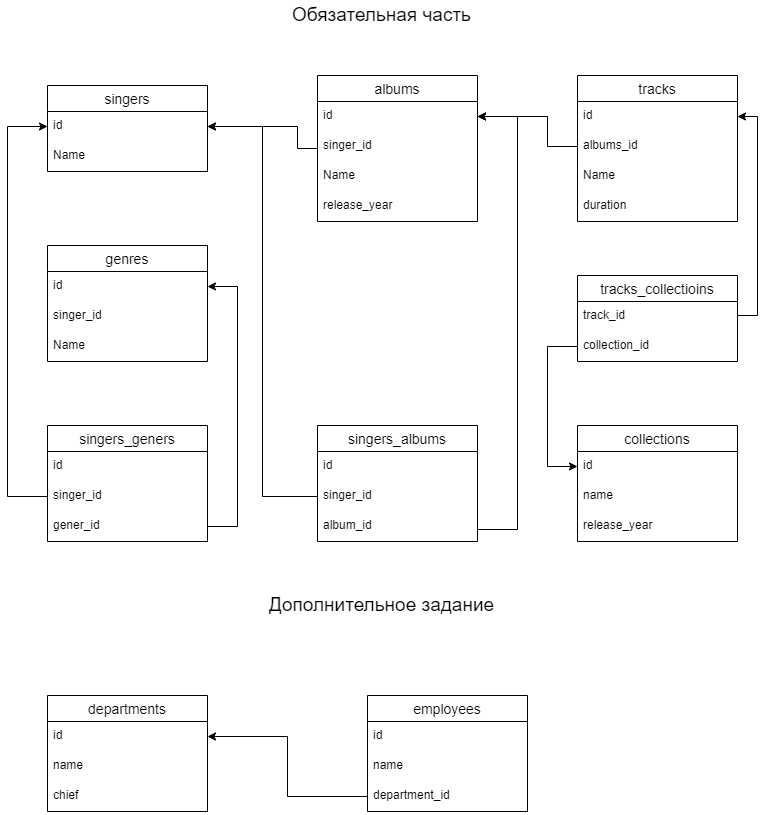
Sergryap/BD_1_Netology keeps this draw.io diagram as Untitled Diagram.drawio.png. Above is the earlier version. Source tidied: cells renumbered, new cells last; positions are measured from the earlier drawing's top-left corner, leaving out a move shared by most shapes. Source of this version:
```xml
<mxGraphModel>
  <root>
    <mxCell id="0" />
    <mxCell id="1" parent="0" />
    <mxCell id="2" value="singers" style="swimlane;fontStyle=0;horizontal=1;startSize=26;align=center;fontSize=14;" parent="1" vertex="1">
      <mxGeometry x="40" y="85" width="160" height="86" as="geometry" />
    </mxCell>
    <mxCell id="3" value="id" style="text;strokeColor=none;fillColor=none;spacingLeft=4;spacingRight=4;overflow=hidden;points=[[0,0.5],[1,0.5]];portConstraint=eastwest;fontSize=12;" parent="2" vertex="1">
      <mxGeometry y="26" width="160" height="30" as="geometry" />
    </mxCell>
    <mxCell id="4" value="Name" style="text;strokeColor=none;fillColor=none;spacingLeft=4;spacingRight=4;overflow=hidden;fontSize=12;" parent="2" vertex="1">
      <mxGeometry y="56" width="160" height="30" as="geometry" />
    </mxCell>
    <mxCell id="5" style="edgeStyle=orthogonalEdgeStyle;rounded=0;jettySize=auto;html=1;entryX=1;entryY=0.5;entryDx=0;entryDy=0;" parent="1" edge="1" source="6" target="3">
      <mxGeometry relative="1" as="geometry">
        <Array as="points">
          <mxPoint x="290" y="148" />
          <mxPoint x="290" y="126" />
        </Array>
      </mxGeometry>
    </mxCell>
    <mxCell id="6" value="albums" style="swimlane;fontStyle=0;horizontal=1;startSize=26;align=center;fontSize=14;" parent="1" vertex="1">
      <mxGeometry x="310" y="75" width="160" height="146" as="geometry" />
    </mxCell>
    <mxCell id="7" value="id" style="text;strokeColor=none;fillColor=none;spacingLeft=4;spacingRight=4;overflow=hidden;points=[[0,0.5],[1,0.5]];portConstraint=eastwest;fontSize=12;" parent="6" vertex="1">
      <mxGeometry y="26" width="160" height="30" as="geometry" />
    </mxCell>
    <mxCell id="8" value="singer_id" style="text;strokeColor=none;fillColor=none;spacingLeft=4;spacingRight=4;overflow=hidden;fontSize=12;" parent="6" vertex="1">
      <mxGeometry y="56" width="160" height="30" as="geometry" />
    </mxCell>
    <mxCell id="9" value="Name" style="text;strokeColor=none;fillColor=none;spacingLeft=4;spacingRight=4;overflow=hidden;fontSize=12;" parent="6" vertex="1">
      <mxGeometry y="86" width="160" height="30" as="geometry" />
    </mxCell>
    <mxCell id="10" value="release_year" style="text;strokeColor=none;fillColor=none;spacingLeft=4;spacingRight=4;overflow=hidden;fontSize=12;" parent="6" vertex="1">
      <mxGeometry y="116" width="160" height="30" as="geometry" />
    </mxCell>
    <mxCell id="11" value="tracks" style="swimlane;fontStyle=0;horizontal=1;startSize=26;align=center;fontSize=14;" parent="1" vertex="1">
      <mxGeometry x="570" y="75" width="160" height="146" as="geometry" />
    </mxCell>
    <mxCell id="12" value="id" style="text;strokeColor=none;fillColor=none;spacingLeft=4;spacingRight=4;overflow=hidden;points=[[0,0.5],[1,0.5]];portConstraint=eastwest;fontSize=12;" parent="11" vertex="1">
      <mxGeometry y="26" width="160" height="30" as="geometry" />
    </mxCell>
    <mxCell id="13" value="albums_id" style="text;strokeColor=none;fillColor=none;spacingLeft=4;spacingRight=4;overflow=hidden;points=[[0,0.5],[1,0.5]];portConstraint=eastwest;fontSize=12;" parent="11" vertex="1">
      <mxGeometry y="56" width="160" height="30" as="geometry" />
    </mxCell>
    <mxCell id="14" value="Name" style="text;strokeColor=none;fillColor=none;spacingLeft=4;spacingRight=4;overflow=hidden;fontSize=12;" parent="11" vertex="1">
      <mxGeometry y="86" width="160" height="30" as="geometry" />
    </mxCell>
    <mxCell id="15" value="duration" style="text;strokeColor=none;fillColor=none;spacingLeft=4;spacingRight=4;overflow=hidden;fontSize=12;" parent="11" vertex="1">
      <mxGeometry y="116" width="160" height="30" as="geometry" />
    </mxCell>
    <mxCell id="16" style="edgeStyle=orthogonalEdgeStyle;rounded=0;jettySize=auto;html=1;entryX=1;entryY=0.5;entryDx=0;entryDy=0;" parent="1" edge="1" source="13" target="7">
      <mxGeometry relative="1" as="geometry">
        <Array as="points">
          <mxPoint x="540" y="146" />
          <mxPoint x="540" y="116" />
        </Array>
      </mxGeometry>
    </mxCell>
    <mxCell id="17" value="genres" style="swimlane;fontStyle=0;horizontal=1;startSize=26;align=center;fontSize=14;" parent="1" vertex="1">
      <mxGeometry x="40" y="245" width="160" height="116" as="geometry" />
    </mxCell>
    <mxCell id="18" value="id" style="text;strokeColor=none;fillColor=none;spacingLeft=4;spacingRight=4;overflow=hidden;points=[[0,0.5],[1,0.5]];portConstraint=eastwest;fontSize=12;" parent="17" vertex="1">
      <mxGeometry y="26" width="160" height="30" as="geometry" />
    </mxCell>
    <mxCell id="19" value="singer_id" style="text;strokeColor=none;fillColor=none;spacingLeft=4;spacingRight=4;overflow=hidden;fontSize=12;" parent="17" vertex="1">
      <mxGeometry y="56" width="160" height="30" as="geometry" />
    </mxCell>
    <mxCell id="20" value="Name" style="text;strokeColor=none;fillColor=none;spacingLeft=4;spacingRight=4;overflow=hidden;fontSize=12;" parent="17" vertex="1">
      <mxGeometry y="86" width="160" height="30" as="geometry" />
    </mxCell>
    <mxCell id="21" value="singers_geners" style="swimlane;fontStyle=0;horizontal=1;startSize=26;align=center;fontSize=14;" parent="1" vertex="1">
      <mxGeometry x="40" y="425" width="160" height="116" as="geometry" />
    </mxCell>
    <mxCell id="22" value="id" style="text;strokeColor=none;fillColor=none;spacingLeft=4;spacingRight=4;overflow=hidden;fontSize=12;" parent="21" vertex="1">
      <mxGeometry y="26" width="160" height="30" as="geometry" />
    </mxCell>
    <mxCell id="23" value="singer_id" style="text;strokeColor=none;fillColor=none;spacingLeft=4;spacingRight=4;overflow=hidden;points=[[0,0.5],[1,0.5]];portConstraint=eastwest;fontSize=12;" parent="21" vertex="1">
      <mxGeometry y="56" width="160" height="30" as="geometry" />
    </mxCell>
    <mxCell id="24" value="gener_id" style="text;strokeColor=none;fillColor=none;spacingLeft=4;spacingRight=4;overflow=hidden;points=[[0,0.5],[1,0.5]];portConstraint=eastwest;fontSize=12;" parent="21" vertex="1">
      <mxGeometry y="86" width="160" height="30" as="geometry" />
    </mxCell>
    <mxCell id="25" style="edgeStyle=orthogonalEdgeStyle;rounded=0;jettySize=auto;html=1;entryX=0;entryY=0.5;entryDx=0;entryDy=0;" parent="1" edge="1" source="23" target="3">
      <mxGeometry relative="1" as="geometry">
        <Array as="points">
          <mxPoint y="496" />
          <mxPoint y="126" />
        </Array>
      </mxGeometry>
    </mxCell>
    <mxCell id="26" style="edgeStyle=orthogonalEdgeStyle;rounded=0;jettySize=auto;html=1;entryX=1;entryY=0.5;entryDx=0;entryDy=0;" parent="1" edge="1" source="24" target="18">
      <mxGeometry relative="1" as="geometry">
        <Array as="points">
          <mxPoint x="230" y="526" />
          <mxPoint x="230" y="286" />
        </Array>
      </mxGeometry>
    </mxCell>
    <mxCell id="27" value="singers_albums" style="swimlane;fontStyle=0;horizontal=1;startSize=26;align=center;fontSize=14;" parent="1" vertex="1">
      <mxGeometry x="310" y="425" width="160" height="116" as="geometry" />
    </mxCell>
    <mxCell id="28" value="id" style="text;strokeColor=none;fillColor=none;spacingLeft=4;spacingRight=4;overflow=hidden;fontSize=12;" parent="27" vertex="1">
      <mxGeometry y="26" width="160" height="30" as="geometry" />
    </mxCell>
    <mxCell id="29" value="singer_id" style="text;strokeColor=none;fillColor=none;spacingLeft=4;spacingRight=4;overflow=hidden;points=[[0,0.5],[1,0.5]];portConstraint=eastwest;fontSize=12;" parent="27" vertex="1">
      <mxGeometry y="56" width="160" height="30" as="geometry" />
    </mxCell>
    <mxCell id="30" value="album_id" style="text;strokeColor=none;fillColor=none;spacingLeft=4;spacingRight=4;overflow=hidden;points=[[0,0.5],[1,0.5]];portConstraint=eastwest;fontSize=12;" parent="27" vertex="1">
      <mxGeometry y="86" width="160" height="30" as="geometry" />
    </mxCell>
    <mxCell id="31" style="edgeStyle=orthogonalEdgeStyle;rounded=0;jettySize=auto;html=1;entryX=1;entryY=0.5;entryDx=0;entryDy=0;" parent="1" edge="1" source="29" target="3">
      <mxGeometry relative="1" as="geometry" />
    </mxCell>
    <mxCell id="32" style="edgeStyle=orthogonalEdgeStyle;rounded=0;jettySize=auto;html=1;entryX=1;entryY=0.5;entryDx=0;entryDy=0;" parent="1" edge="1" source="30" target="7">
      <mxGeometry relative="1" as="geometry">
        <Array as="points">
          <mxPoint x="510" y="529" />
          <mxPoint x="510" y="116" />
        </Array>
      </mxGeometry>
    </mxCell>
    <mxCell id="33" value="collections" style="swimlane;fontStyle=0;horizontal=1;startSize=26;align=center;fontSize=14;" parent="1" vertex="1">
      <mxGeometry x="570" y="425" width="160" height="116" as="geometry" />
    </mxCell>
    <mxCell id="34" value="id" style="text;strokeColor=none;fillColor=none;spacingLeft=4;spacingRight=4;overflow=hidden;points=[[0,0.5],[1,0.5]];portConstraint=eastwest;fontSize=12;" parent="33" vertex="1">
      <mxGeometry y="26" width="160" height="30" as="geometry" />
    </mxCell>
    <mxCell id="35" value="name" style="text;strokeColor=none;fillColor=none;spacingLeft=4;spacingRight=4;overflow=hidden;fontSize=12;" parent="33" vertex="1">
      <mxGeometry y="56" width="160" height="30" as="geometry" />
    </mxCell>
    <mxCell id="36" value="release_year" style="text;strokeColor=none;fillColor=none;spacingLeft=4;spacingRight=4;overflow=hidden;fontSize=12;" parent="33" vertex="1">
      <mxGeometry y="86" width="160" height="30" as="geometry" />
    </mxCell>
    <mxCell id="37" style="edgeStyle=orthogonalEdgeStyle;rounded=0;jettySize=auto;html=1;entryX=1;entryY=0.5;entryDx=0;entryDy=0;" parent="1" edge="1" source="38" target="12">
      <mxGeometry relative="1" as="geometry">
        <Array as="points">
          <mxPoint x="750" y="315" />
          <mxPoint x="750" y="116" />
        </Array>
      </mxGeometry>
    </mxCell>
    <mxCell id="38" value="tracks_collectioins" style="swimlane;fontStyle=0;horizontal=1;startSize=26;align=center;fontSize=14;" parent="1" vertex="1">
      <mxGeometry x="570" y="275" width="160" height="86" as="geometry" />
    </mxCell>
    <mxCell id="39" value="track_id" style="text;strokeColor=none;fillColor=none;spacingLeft=4;spacingRight=4;overflow=hidden;fontSize=12;" parent="38" vertex="1">
      <mxGeometry y="26" width="160" height="30" as="geometry" />
    </mxCell>
    <mxCell id="40" value="collection_id" style="text;strokeColor=none;fillColor=none;spacingLeft=4;spacingRight=4;overflow=hidden;points=[[0,0.5],[1,0.5]];portConstraint=eastwest;fontSize=12;" parent="38" vertex="1">
      <mxGeometry y="56" width="160" height="30" as="geometry" />
    </mxCell>
    <mxCell id="41" style="edgeStyle=orthogonalEdgeStyle;rounded=0;jettySize=auto;html=1;entryX=0;entryY=0.5;entryDx=0;entryDy=0;" parent="1" edge="1" source="40" target="34">
      <mxGeometry relative="1" as="geometry">
        <Array as="points">
          <mxPoint x="540" y="346" />
          <mxPoint x="540" y="466" />
        </Array>
      </mxGeometry>
    </mxCell>
    <mxCell id="42" value="Обязательная часть" style="text;html=1;align=center;verticalAlign=middle;fillColor=none;strokeColor=none;rounded=0;fontSize=19;" parent="1" vertex="1">
      <mxGeometry x="279" width="190" height="30" as="geometry" />
    </mxCell>
    <mxCell id="43" value="Дополнительное задание" style="text;html=1;align=center;verticalAlign=middle;fillColor=none;strokeColor=none;rounded=0;fontSize=19;" parent="1" vertex="1">
      <mxGeometry x="254" y="590" width="240" height="30" as="geometry" />
    </mxCell>
    <mxCell id="44" value="departments" style="swimlane;fontStyle=0;horizontal=1;startSize=26;align=center;fontSize=14;" parent="1" vertex="1">
      <mxGeometry x="40" y="695" width="160" height="116" as="geometry" />
    </mxCell>
    <mxCell id="45" value="id" style="text;strokeColor=none;fillColor=none;spacingLeft=4;spacingRight=4;overflow=hidden;points=[[0,0.5],[1,0.5]];portConstraint=eastwest;fontSize=12;" parent="44" vertex="1">
      <mxGeometry y="26" width="160" height="30" as="geometry" />
    </mxCell>
    <mxCell id="46" value="name" style="text;strokeColor=none;fillColor=none;spacingLeft=4;spacingRight=4;overflow=hidden;fontSize=12;" parent="44" vertex="1">
      <mxGeometry y="56" width="160" height="30" as="geometry" />
    </mxCell>
    <mxCell id="47" value="chief" style="text;strokeColor=none;fillColor=none;spacingLeft=4;spacingRight=4;overflow=hidden;fontSize=12;" parent="44" vertex="1">
      <mxGeometry y="86" width="160" height="30" as="geometry" />
    </mxCell>
    <mxCell id="48" value="employees" style="swimlane;fontStyle=0;horizontal=1;startSize=26;align=center;fontSize=14;" parent="1" vertex="1">
      <mxGeometry x="360" y="695" width="160" height="116" as="geometry" />
    </mxCell>
    <mxCell id="49" value="id" style="text;strokeColor=none;fillColor=none;spacingLeft=4;spacingRight=4;overflow=hidden;fontSize=12;" parent="48" vertex="1">
      <mxGeometry y="26" width="160" height="30" as="geometry" />
    </mxCell>
    <mxCell id="50" value="name" style="text;strokeColor=none;fillColor=none;spacingLeft=4;spacingRight=4;overflow=hidden;fontSize=12;" parent="48" vertex="1">
      <mxGeometry y="56" width="160" height="30" as="geometry" />
    </mxCell>
    <mxCell id="51" value="department_id" style="text;strokeColor=none;fillColor=none;spacingLeft=4;spacingRight=4;overflow=hidden;points=[[0,0.5],[1,0.5]];portConstraint=eastwest;fontSize=12;" parent="48" vertex="1">
      <mxGeometry y="86" width="160" height="30" as="geometry" />
    </mxCell>
    <mxCell id="52" style="edgeStyle=orthogonalEdgeStyle;rounded=0;jettySize=auto;html=1;entryX=1;entryY=0.5;entryDx=0;entryDy=0;fontSize=19;" parent="1" edge="1" source="51" target="45">
      <mxGeometry relative="1" as="geometry" />
    </mxCell>
  </root>
</mxGraphModel>
```
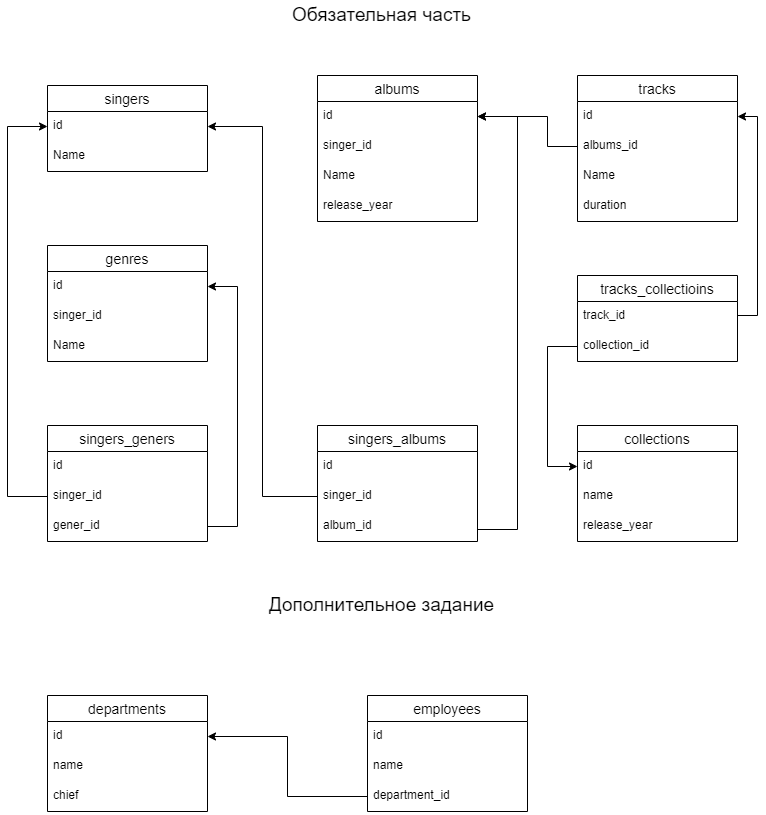
The same diagram one commit later.

Change to the diagram source:
```diff
@@ -11,14 +11,6 @@
     <mxCell id="4" value="Name" style="text;strokeColor=none;fillColor=none;spacingLeft=4;spacingRight=4;overflow=hidden;fontSize=12;" parent="2" vertex="1">
       <mxGeometry y="56" width="160" height="30" as="geometry" />
     </mxCell>
-    <mxCell id="5" style="edgeStyle=orthogonalEdgeStyle;rounded=0;jettySize=auto;html=1;entryX=1;entryY=0.5;entryDx=0;entryDy=0;" parent="1" edge="1" source="6" target="3">
-      <mxGeometry relative="1" as="geometry">
-        <Array as="points">
-          <mxPoint x="290" y="148" />
-          <mxPoint x="290" y="126" />
-        </Array>
-      </mxGeometry>
-    </mxCell>
     <mxCell id="6" value="albums" style="swimlane;fontStyle=0;horizontal=1;startSize=26;align=center;fontSize=14;" parent="1" vertex="1">
       <mxGeometry x="310" y="75" width="160" height="146" as="geometry" />
     </mxCell>
```
